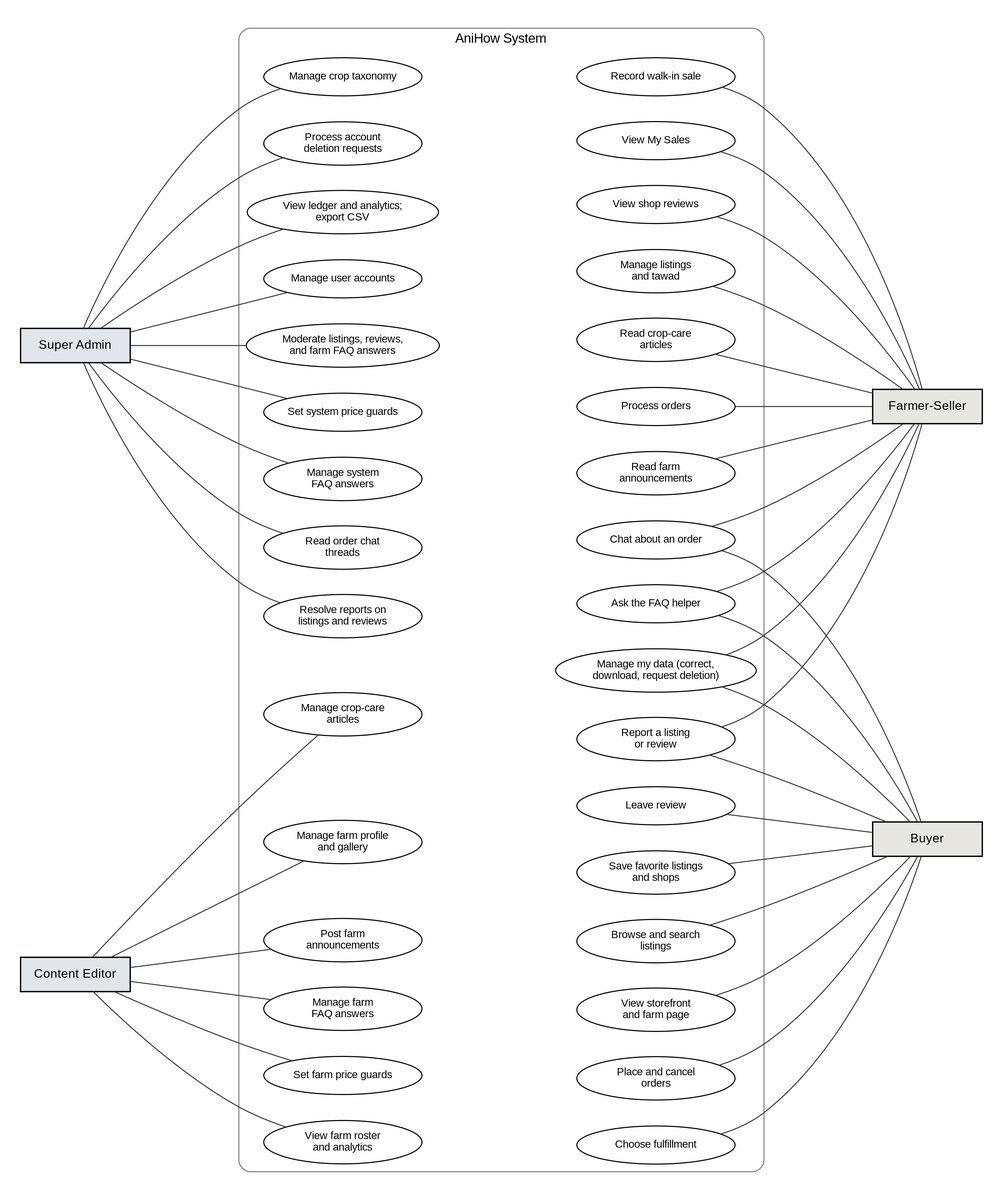
Above: docs/manuscript/figures/fig5_use_case.png in shawncastaneda11-commits/anihow-backend (Graphviz), before the change. Its source is kept beside it as docs/manuscript/figures/src/fig5_use_case.dot.
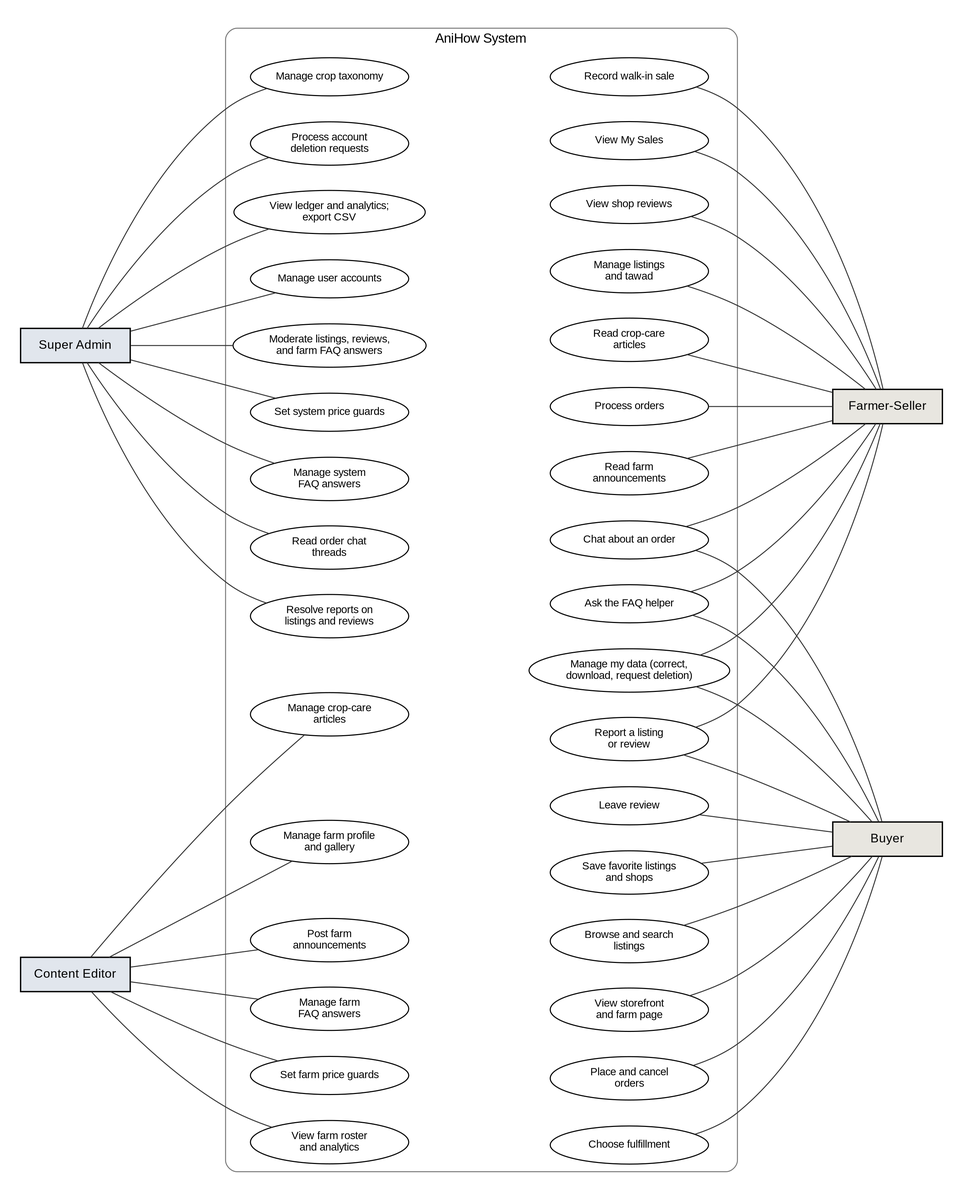
Later version of the same file.

What changed in the source:
```diff
@@ -1,5 +1,5 @@
 digraph G {
-  graph [rankdir=LR, nodesep=0.38, ranksep=1.7, pad=0.3, fontname="Liberation Sans", newrank=true, splines=spline];
+  graph [rankdir=LR, nodesep=0.38, ranksep=1.5, pad=0.3, fontname="Liberation Sans", newrank=true, splines=spline];
   node  [fontname="Liberation Sans", fontsize=11];
   edge  [arrowhead=none, penwidth=1.0, color="#333333"];
 
```
